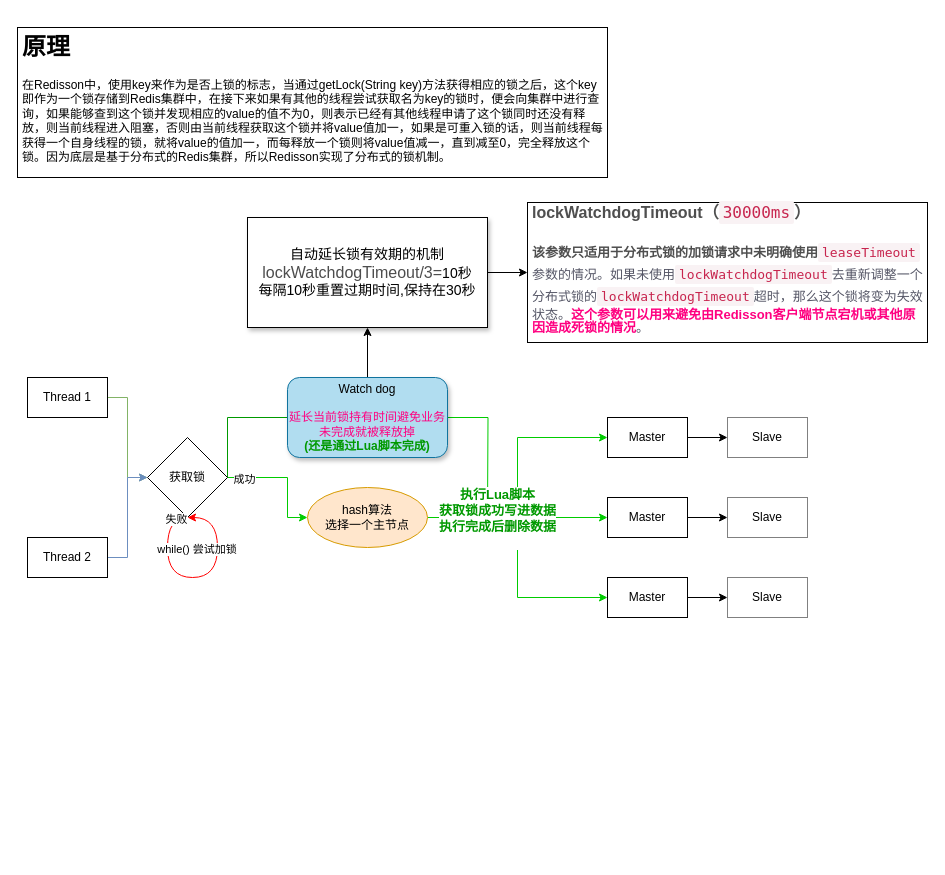
The draw.io diagram page "Redis-Redisson" (4 of 7) of 分布式锁.drawio in bayern01kahn/Tech_Diagrams, before the edit. Source tidied: cells renumbered, new cells numbered last; positions are measured from the earlier drawing's top-left corner, leaving out a move shared by most shapes. Both pictures are drawn from the tidied source at 100%, with x=0, y=0 at pixel (17, 27).
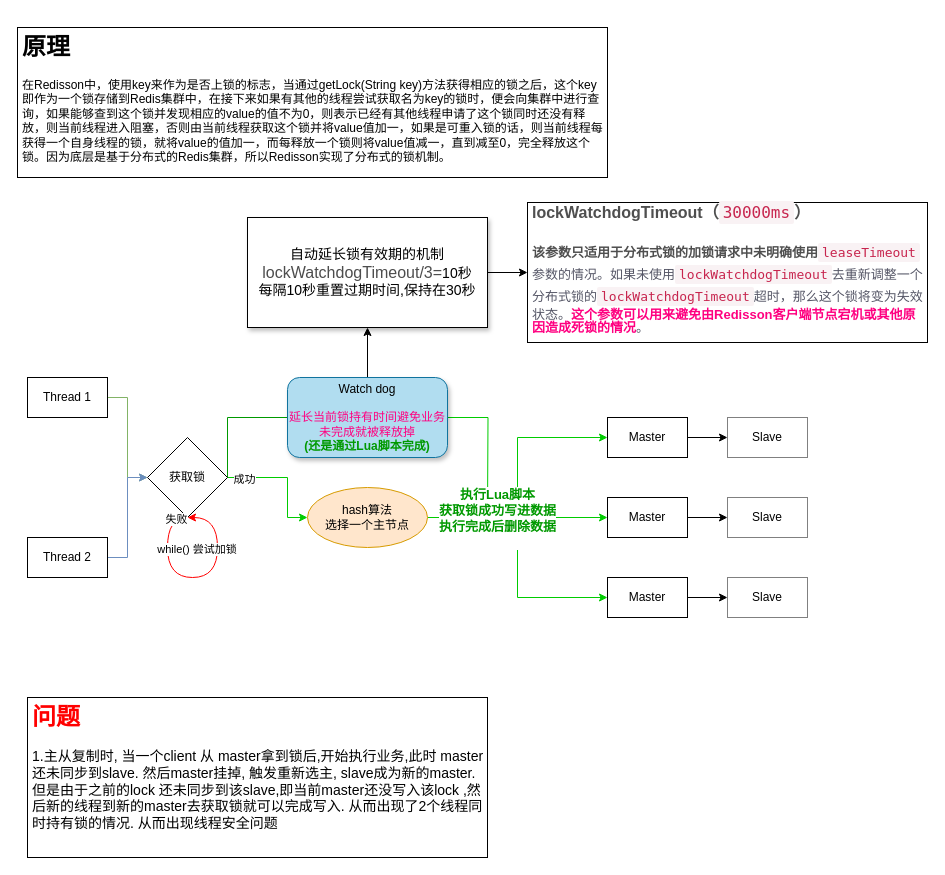
Above is the later version.

Commit message (it also covers changes not shown here):
缓存一致性 - Cache Aside Pattern

Change to the diagram source:
```diff
@@
+    <mxCell id="34" value="&lt;h1&gt;&lt;font color=&quot;#ff0000&quot;&gt;问题&lt;/font&gt;&lt;/h1&gt;&lt;p&gt;&lt;font style=&quot;font-size: 14px&quot;&gt;1.主从复制时, 当一个client 从 master拿到锁后,开始执行业务,此时 master 还未同步到slave. 然后master挂掉, 触发重新选主, slave成为新的master. 但是由于之前的lock 还未同步到该slave,即当前master还没写入该lock ,然后新的线程到新的master去获取锁就可以完成写入. 从而出现了2个线程同时持有锁的情况. 从而出现线程安全问题&amp;nbsp;&lt;/font&gt;&lt;/p&gt;" style="text;html=1;spacing=5;spacingTop=-20;whiteSpace=wrap;overflow=hidden;rounded=0;fillColor=#ffffff;strokeColor=#000000;" parent="1" vertex="1">
+      <mxGeometry x="10" y="670" width="460" height="160" as="geometry" />
+    </mxCell>
```
